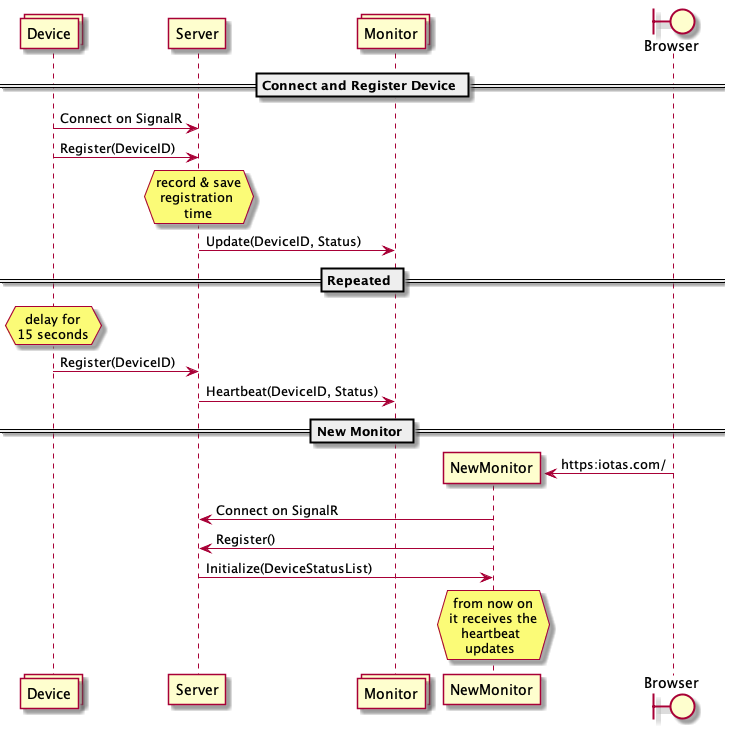
This is Docs/LifeCycle.png from hugh-maaskant/IoTAS, a PlantUML export, as it was before one commit. The source it was exported from:
```plantuml
@startuml

collections Device
participant Server
collections Monitor
participant NewMonitor
boundary Browser

== Connect and Register Device ==

Device -> Server: Connect on SignalR
Device -> Server: Register(DeviceID)

hnote over Server
record & save
 registration
       time
endnote

Server -> Monitor: Update(DeviceID, Status)

== Repeated ==

hnote over Device
  delay for
15 seconds
endnote

Device -> Server: Register(DeviceID)
Server -> Monitor: Heartbeat(DeviceID, Status)

== New Monitor ==

create NewMonitor
Browser -> NewMonitor: https:iotas.com/
NewMonitor -> Server: Connect on SignalR
NewMonitor -> Server: Register()

Server -> NewMonitor: Initialize(DeviceStatusList)

hnote over NewMonitor
 from now on
it receives the
   heartbeat
    updates
endnote

@enduml
```
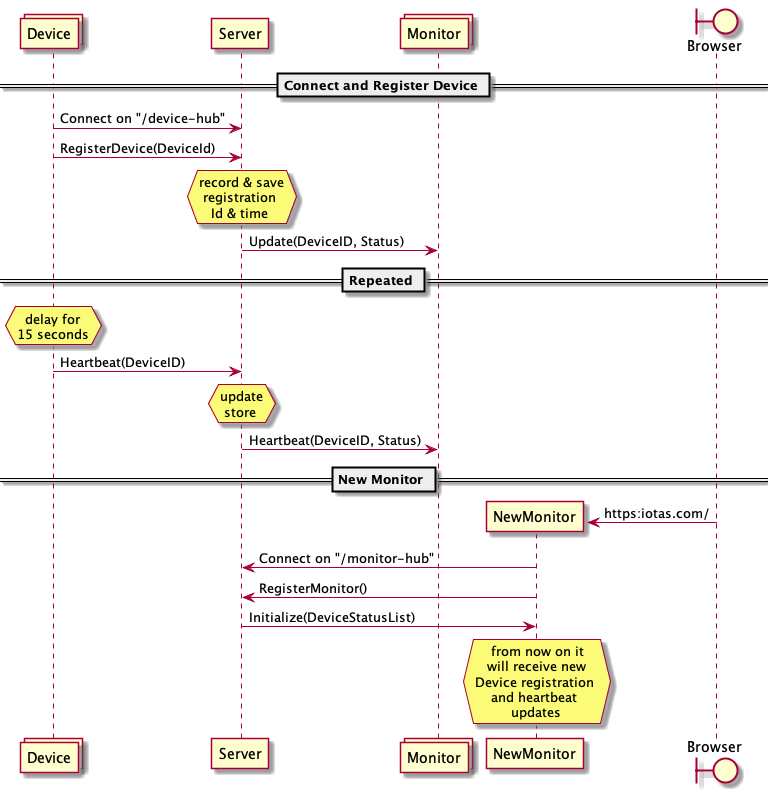
Later version of the same file.

The edit, as a diff of the source:
```diff
@@ -8,13 +8,13 @@
 
 == Connect and Register Device ==
 
-Device -> Server: Connect on SignalR
-Device -> Server: Register(DeviceID)
+Device -> Server: Connect on "/device-hub"
+Device -> Server: RegisterDevice(DeviceId)
 
 hnote over Server
 record & save
  registration
-       time
+   Id & time
 endnote
 
 Server -> Monitor: Update(DeviceID, Status)
@@ -26,23 +26,30 @@
 15 seconds
 endnote
 
-Device -> Server: Register(DeviceID)
+Device -> Server: Heartbeat(DeviceID)
+
+hnote over Server
+update
+ store
+endnote
+
 Server -> Monitor: Heartbeat(DeviceID, Status)
 
 == New Monitor ==
 
 create NewMonitor
 Browser -> NewMonitor: https:iotas.com/
-NewMonitor -> Server: Connect on SignalR
-NewMonitor -> Server: Register()
+NewMonitor -> Server: Connect on "/monitor-hub"
+NewMonitor -> Server: RegisterMonitor()
 
 Server -> NewMonitor: Initialize(DeviceStatusList)
 
 hnote over NewMonitor
- from now on
-it receives the
-   heartbeat
-    updates
+    from now on it
+   will receive new
+Device registration
+    and heartbeat
+         updates
 endnote
 
 @enduml
```
